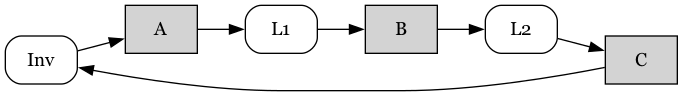
will62794/will62794.github.io keeps this Graphviz diagram as assets/ind-proof-graphs/3cycle.png. Above is the earlier version. Its source is kept beside it as assets/ind-proof-graphs/3cycle.dot. The source it was exported from:
```dot
digraph ThreeCycle {
    rankdir=LR;
    node [shape=rect, style=rounded, fillcolor=lightgreen];
    node [fontname=Georgia]

    Inv -> A [label=""];
    A -> L1;
    L1 -> B;
    B -> L2;
    L2 -> C;
    C -> Inv;

    A [shape=box,style=filled,fillcolor=lightgray];
    B [shape=box,style=filled,fillcolor=lightgray];
    C [shape=box,style=filled,fillcolor=lightgray];
}
```
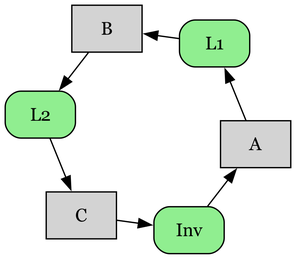
Above is the later version.

Diff of the diagram source:
```diff
@@ -1,7 +1,6 @@
 digraph ThreeCycle {
     rankdir=LR;
-    node [shape=rect, style=rounded, fillcolor=lightgreen];
-    node [fontname=Georgia]
+    node [shape=rect,style="rounded,filled",fillcolor=lightgreen,fontname="Georgia"];
 
     Inv -> A [label=""];
     A -> L1;
```
